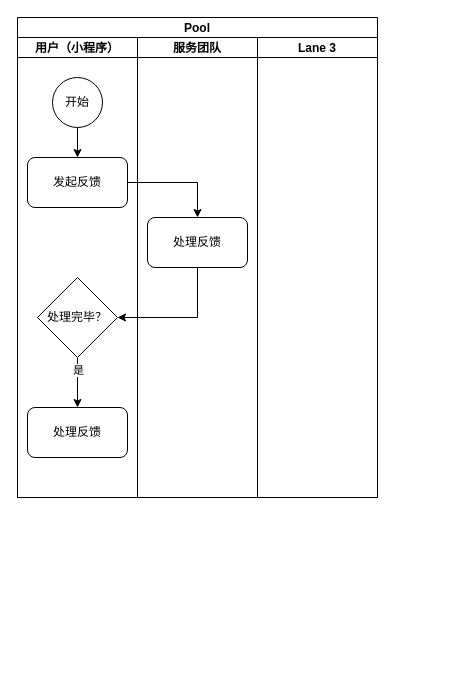
Before: 反馈流程图.drawio in FrankKirin/PM_works, a draw.io diagram. Source tidied: cells renumbered, new cells numbered last; positions are measured from the earlier drawing's top-left corner, leaving out a move shared by most shapes. Both pictures are drawn from the tidied source at 100%, with x=0, y=0 at pixel (17, 17).
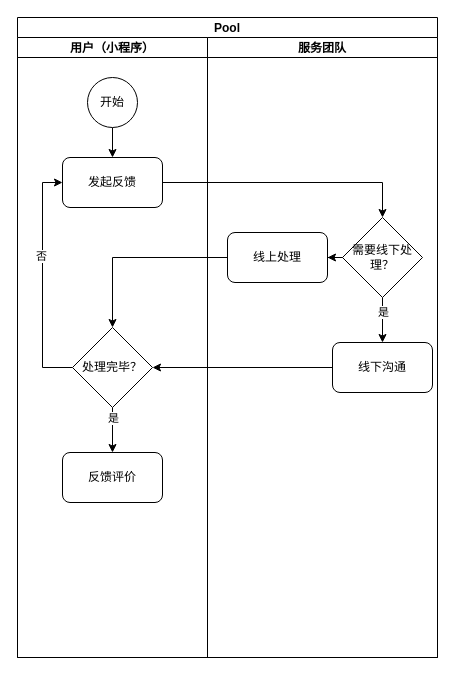
The same page after the edit.

Commit message:
Update 反馈流程图.drawio

What changed in the source:
```diff
@@
     <mxCell id="2" value="Pool" style="swimlane;startSize=20;" parent="1" vertex="1">
-      <mxGeometry width="360" height="480" as="geometry" />
+      <mxGeometry width="420" height="640" as="geometry" />
     </mxCell>
     <mxCell id="3" value="用户（小程序）" style="swimlane;startSize=20;" parent="2" vertex="1">
-      <mxGeometry y="20" width="120" height="460" as="geometry" />
+      <mxGeometry y="20" width="190" height="620" as="geometry" />
     </mxCell>
@@
     <mxCell id="5" value="开始" style="ellipse;whiteSpace=wrap;html=1;" parent="3" vertex="1">
-      <mxGeometry x="35" y="40" width="50" height="50" as="geometry" />
+      <mxGeometry x="70" y="40" width="50" height="50" as="geometry" />
     </mxCell>
     <mxCell id="6" value="发起反馈" style="rounded=1;whiteSpace=wrap;html=1;" parent="3" vertex="1">
-      <mxGeometry x="10" y="120" width="100" height="50" as="geometry" />
+      <mxGeometry x="45" y="120" width="100" height="50" as="geometry" />
     </mxCell>
@@
+    <mxCell id="16" style="edgeStyle=orthogonalEdgeStyle;rounded=0;jettySize=auto;html=1;exitX=0;exitY=0.5;exitDx=0;exitDy=0;entryX=0;entryY=0.5;entryDx=0;entryDy=0;" parent="3" edge="1" source="9" target="6">
+      <mxGeometry relative="1" as="geometry" />
+    </mxCell>
+    <mxCell id="17" value="否" style="edgeLabel;html=1;align=center;verticalAlign=middle;" parent="16" vertex="1">
+      <mxGeometry x="0.21" y="2" relative="1" as="geometry" />
+    </mxCell>
     <mxCell id="9" value="处理完毕？" style="rhombus;whiteSpace=wrap;html=1;" parent="3" vertex="1">
-      <mxGeometry x="20" y="240" width="80" height="80" as="geometry" />
+      <mxGeometry x="55" y="290" width="80" height="80" as="geometry" />
     </mxCell>
-    <mxCell id="10" value="处理反馈" style="rounded=1;whiteSpace=wrap;html=1;" parent="3" vertex="1">
-      <mxGeometry x="10" y="370" width="100" height="50" as="geometry" />
+    <mxCell id="10" value="反馈评价" style="rounded=1;whiteSpace=wrap;html=1;" parent="3" vertex="1">
+      <mxGeometry x="45" y="415" width="100" height="50" as="geometry" />
     </mxCell>
     <mxCell id="11" value="服务团队" style="swimlane;startSize=20;" parent="2" vertex="1">
-      <mxGeometry x="120" y="20" width="120" height="460" as="geometry" />
+      <mxGeometry x="190" y="20" width="230" height="620" as="geometry" />
     </mxCell>
-    <mxCell id="12" value="处理反馈" style="rounded=1;whiteSpace=wrap;html=1;" parent="11" vertex="1">
-      <mxGeometry x="10" y="180" width="100" height="50" as="geometry" />
-    </mxCell>
-    <mxCell id="13" value="Lane 3" style="swimlane;startSize=20;" parent="2" vertex="1">
-      <mxGeometry x="240" y="20" width="120" height="460" as="geometry" />
-    </mxCell>
+    <mxCell id="18" style="edgeStyle=orthogonalEdgeStyle;rounded=0;jettySize=auto;html=1;exitX=0.5;exitY=1;exitDx=0;exitDy=0;entryX=0.5;entryY=0;entryDx=0;entryDy=0;" parent="11" edge="1" source="21" target="22">
+      <mxGeometry relative="1" as="geometry" />
+    </mxCell>
+    <mxCell id="19" value="是" style="edgeLabel;html=1;align=center;verticalAlign=middle;" parent="18" vertex="1">
+      <mxGeometry x="-0.4" relative="1" as="geometry" />
+    </mxCell>
+    <mxCell id="20" style="edgeStyle=orthogonalEdgeStyle;rounded=0;jettySize=auto;html=1;exitX=0;exitY=0.5;exitDx=0;exitDy=0;" parent="11" edge="1" source="21" target="23">
+      <mxGeometry relative="1" as="geometry" />
+    </mxCell>
+    <mxCell id="21" value="需要线下处理？" style="rhombus;whiteSpace=wrap;html=1;" parent="11" vertex="1">
+      <mxGeometry x="135" y="180" width="80" height="80" as="geometry" />
+    </mxCell>
+    <mxCell id="22" value="线下沟通" style="rounded=1;whiteSpace=wrap;html=1;" parent="11" vertex="1">
+      <mxGeometry x="125" y="305" width="100" height="50" as="geometry" />
+    </mxCell>
+    <mxCell id="23" value="线上处理" style="rounded=1;whiteSpace=wrap;html=1;" parent="11" vertex="1">
+      <mxGeometry x="20" y="195" width="100" height="50" as="geometry" />
+    </mxCell>
-    <mxCell id="14" style="edgeStyle=orthogonalEdgeStyle;rounded=0;jettySize=auto;html=1;exitX=1;exitY=0.5;exitDx=0;exitDy=0;entryX=0.5;entryY=0;entryDx=0;entryDy=0;" parent="2" edge="1" source="6" target="12">
+    <mxCell id="14" style="edgeStyle=orthogonalEdgeStyle;rounded=0;jettySize=auto;html=1;exitX=1;exitY=0.5;exitDx=0;exitDy=0;entryX=0.5;entryY=0;entryDx=0;entryDy=0;" parent="2" edge="1" source="6" target="21">
       <mxGeometry relative="1" as="geometry" />
     </mxCell>
-    <mxCell id="15" style="edgeStyle=orthogonalEdgeStyle;rounded=0;jettySize=auto;html=1;exitX=0.5;exitY=1;exitDx=0;exitDy=0;entryX=1;entryY=0.5;entryDx=0;entryDy=0;" parent="2" edge="1" source="12" target="9">
-      <mxGeometry relative="1" as="geometry" />
-    </mxCell>
+    <mxCell id="24" style="edgeStyle=orthogonalEdgeStyle;rounded=0;jettySize=auto;html=1;exitX=0;exitY=0.5;exitDx=0;exitDy=0;entryX=1;entryY=0.5;entryDx=0;entryDy=0;" parent="2" edge="1" source="22" target="9">
+      <mxGeometry relative="1" as="geometry" />
+    </mxCell>
+    <mxCell id="25" style="edgeStyle=orthogonalEdgeStyle;rounded=0;jettySize=auto;html=1;exitX=0;exitY=0.5;exitDx=0;exitDy=0;entryX=0.5;entryY=0;entryDx=0;entryDy=0;" parent="2" edge="1" source="23" target="9">
+      <mxGeometry relative="1" as="geometry" />
+    </mxCell>
```
